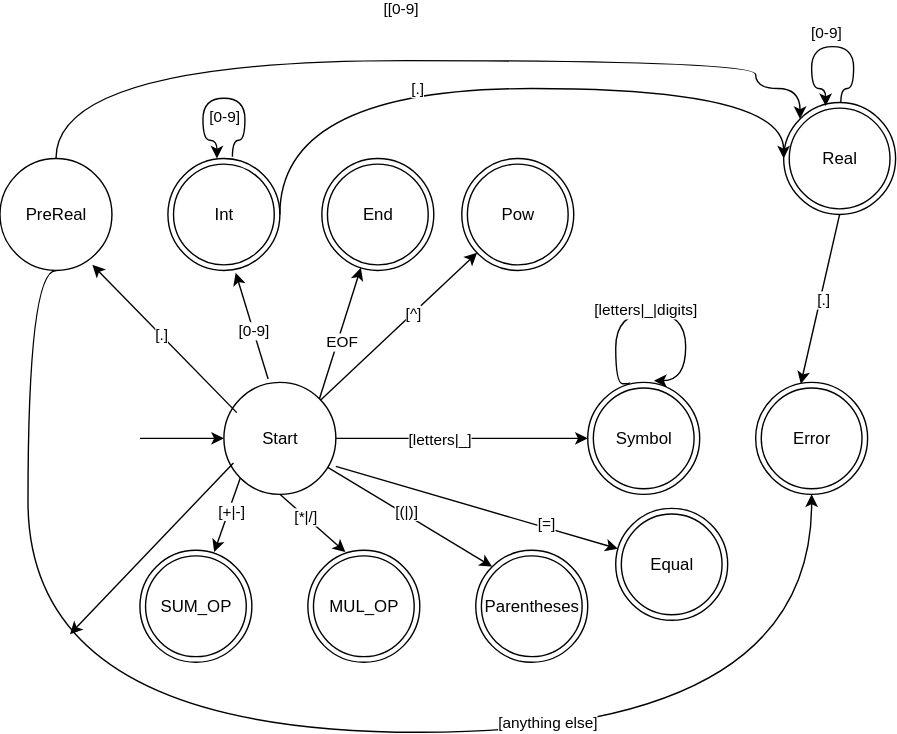
Raffaello/symbols keeps this draw.io diagram as doc/NFA.drawio.svg. Above is the earlier version. Source tidied: cells renumbered, new cells last; positions are measured from the earlier drawing's top-left corner, leaving out a move shared by most shapes.
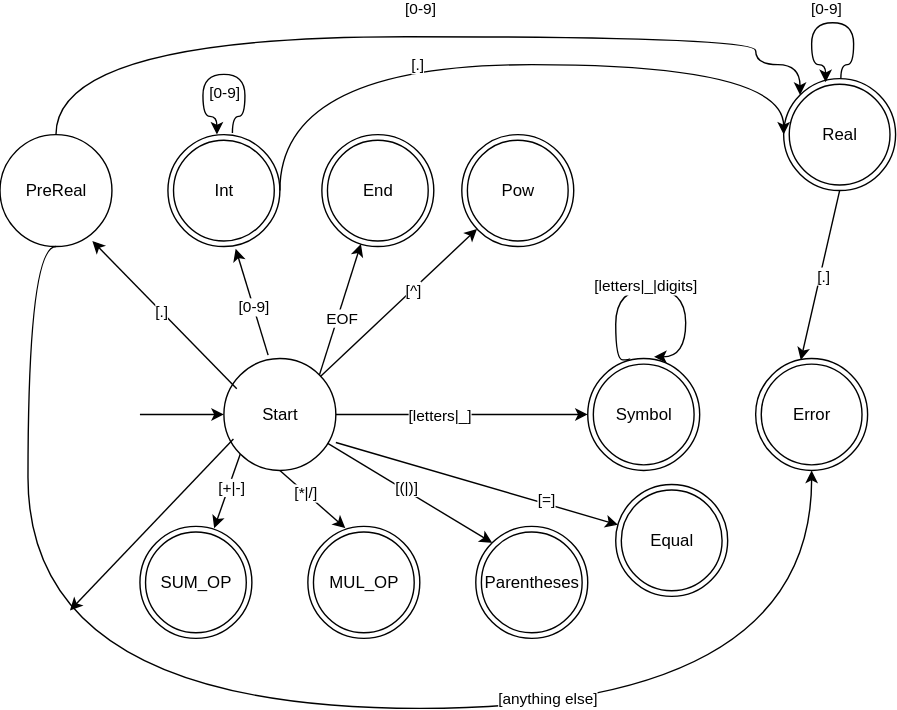
After the change.

The edit, as a diff of the source:
```diff
@@ -130,9 +130,9 @@
         </Array>
       </mxGeometry>
     </mxCell>
-    <mxCell id="33" value="[[0-9&lt;span style=&quot;background-color: light-dark(#ffffff, var(--ge-dark-color, #121212)); color: light-dark(rgb(0, 0, 0), rgb(255, 255, 255));&quot;&gt;]&lt;/span&gt;" style="edgeLabel;html=1;align=center;verticalAlign=middle;" parent="32" vertex="1">
+    <mxCell id="33" value="[0-9&lt;span style=&quot;background-color: light-dark(#ffffff, var(--ge-dark-color, #121212)); color: light-dark(rgb(0, 0, 0), rgb(255, 255, 255));&quot;&gt;]&lt;/span&gt;" style="edgeLabel;html=1;align=center;verticalAlign=middle;" parent="32" vertex="1">
       <mxGeometry x="0.39" relative="1" as="geometry">
-        <mxPoint x="-130" y="-37" as="offset" />
+        <mxPoint x="-116" y="-20" as="offset" />
       </mxGeometry>
     </mxCell>
     <mxCell id="34" style="endArrow=classic;html=1;rounded=0;exitX=0.5;exitY=1;exitDx=0;exitDy=0;entryX=0.5;entryY=1;entryDx=0;entryDy=0;edgeStyle=orthogonalEdgeStyle;curved=1;" parent="1" edge="1" source="29" target="7">
```
